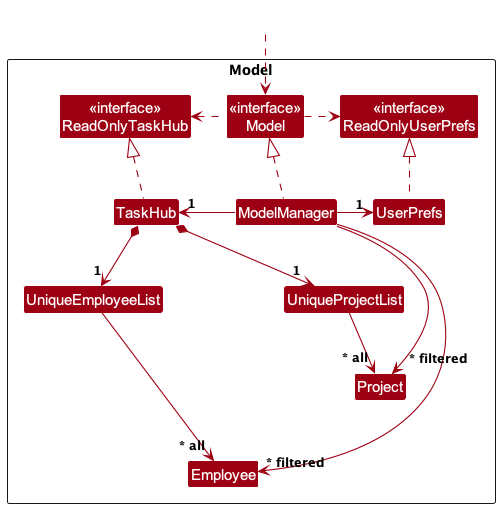
The PlantUML diagram docs/images/ModelClassDiagram.png in rayyan35p/tp, before a commit.
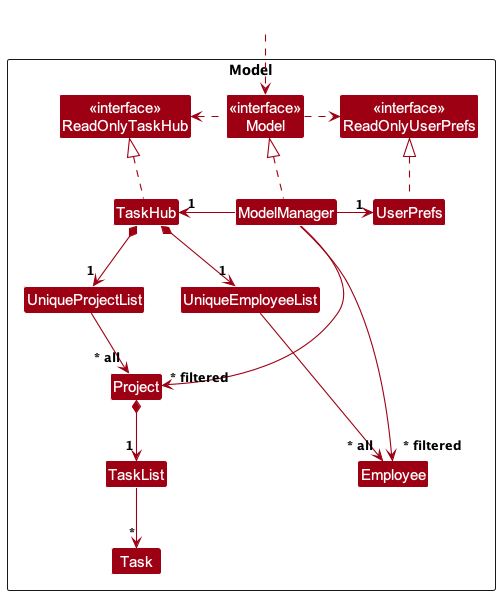
After the commit.

Commit message:
Update Model section of DG

What changed in the source:
```diff
@@ -14,8 +14,10 @@
 
 Class UniqueEmployeeList
 Class UniqueProjectList
+Class TaskList
 Class Employee
 Class Project
+Class Task
 
 Class I #FFFFFF
 }
@@ -36,6 +38,8 @@
 UniqueEmployeeList --> "~* all" Employee
 TaskHub *--> "1" UniqueProjectList
 UniqueProjectList --> "~* all" Project
+Project *--> "1" TaskList
+TaskList --> "*" Task
 
 Employee -[hidden]up--> I
 UniqueEmployeeList -[hidden]right-> I
```
